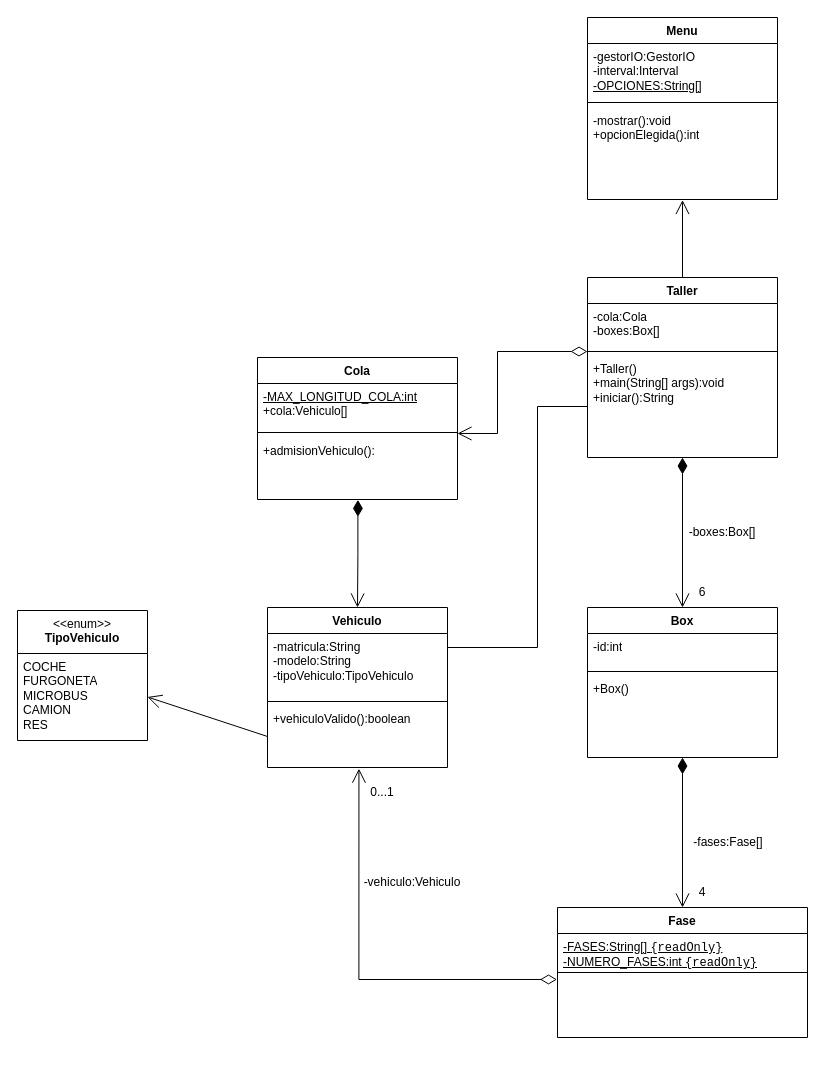
Before: programacion/UD7 - Introducción a la Programación Orientada a Objetos/U7Activitat3ARS/U7Activitat3ARS.drawio in albertorekena/daw-repo, a draw.io diagram. Source tidied: cells renumbered, new cells numbered last; positions are measured from the earlier drawing's top-left corner, leaving out a move shared by most shapes. Both pictures are drawn from the tidied source at 100%, with x=0, y=0 at pixel (17, 17).
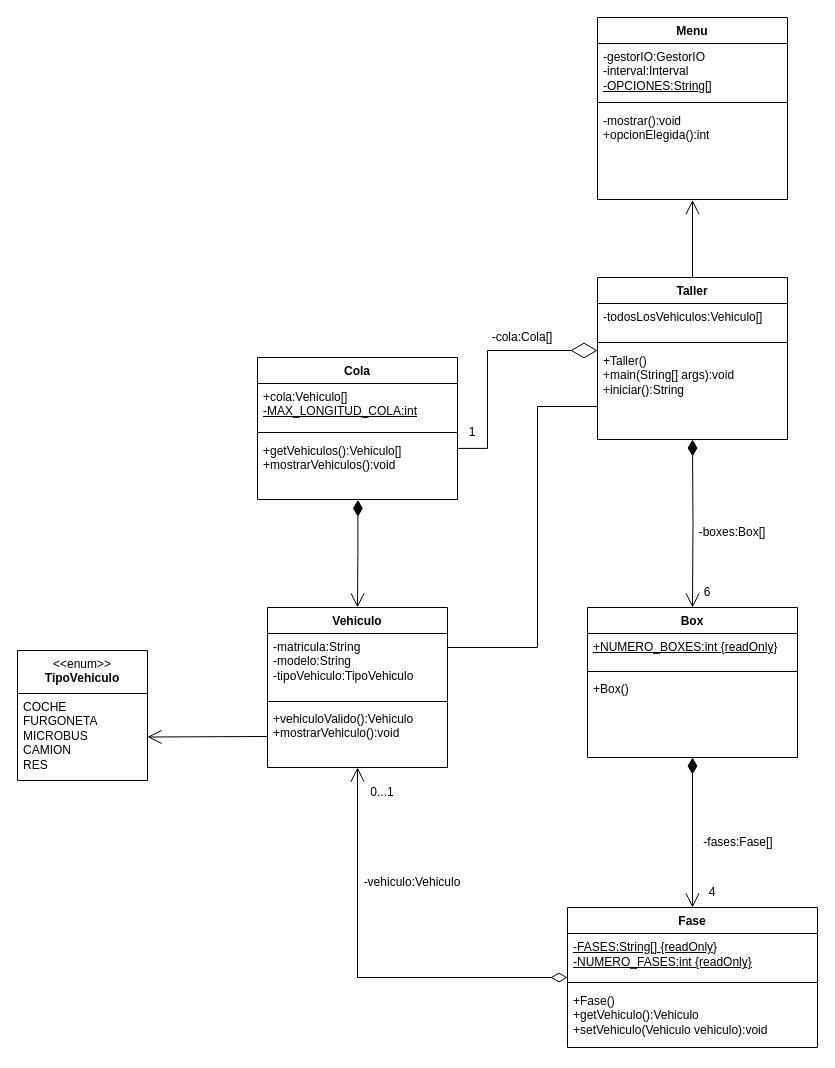
The same page after the edit.

Unchanged cells that the change refers to:
```xml
<mxCell id="13" value="Cola" style="swimlane;fontStyle=1;align=center;verticalAlign=top;horizontal=1;startSize=26;whiteSpace=wrap;html=1;" parent="1" vertex="1">
  <mxGeometry x="240" y="340" width="200" height="142" as="geometry" />
</mxCell>
<mxCell id="22" value="Vehiculo" style="swimlane;fontStyle=1;align=center;verticalAlign=top;horizontal=1;startSize=26;whiteSpace=wrap;html=1;" parent="1" vertex="1">
  <mxGeometry x="250" y="590" width="180" height="160" as="geometry" />
</mxCell>
<mxCell id="23" value="-matricula:String&lt;br&gt;-modelo:String&lt;br&gt;-tipoVehiculo:TipoVehiculo" style="text;strokeColor=none;fillColor=none;align=left;verticalAlign=top;spacingLeft=4;spacingRight=4;overflow=hidden;points=[[0,0.5],[1,0.5]];portConstraint=eastwest;whiteSpace=wrap;html=1;" parent="22" vertex="1">
  <mxGeometry y="26" width="180" height="64" as="geometry" />
</mxCell>
```

Diff of the diagram source:
```diff
@@
-    <mxCell id="2" value="Taller" style="swimlane;fontStyle=1;align=center;verticalAlign=top;horizontal=1;startSize=26;whiteSpace=wrap;html=1;" parent="1" vertex="1">
-      <mxGeometry x="570" y="260" width="190" height="180" as="geometry" />
-    </mxCell>
-    <mxCell id="3" value="-cola:Cola&lt;br style=&quot;border-color: var(--border-color);&quot;&gt;-boxes:Box[]" style="text;strokeColor=none;fillColor=none;align=left;verticalAlign=top;spacingLeft=4;spacingRight=4;overflow=hidden;whiteSpace=wrap;html=1;" parent="2" vertex="1">
-      <mxGeometry y="26" width="190" height="44" as="geometry" />
-    </mxCell>
-    <mxCell id="4" style="line;strokeWidth=1;fillColor=none;align=left;verticalAlign=middle;spacingTop=-1;spacingLeft=3;spacingRight=3;labelPosition=right;points=[];portConstraint=eastwest;strokeColor=inherit;" parent="2" vertex="1">
-      <mxGeometry y="70" width="190" height="8" as="geometry" />
-    </mxCell>
-    <mxCell id="5" value="+Taller()&lt;br&gt;+main(String[] args):void&lt;br&gt;+iniciar():String" style="text;strokeColor=none;fillColor=none;align=left;verticalAlign=top;spacingLeft=4;spacingRight=4;overflow=hidden;points=[[0,0.5],[1,0.5]];portConstraint=eastwest;whiteSpace=wrap;html=1;" parent="2" vertex="1">
-      <mxGeometry y="78" width="190" height="102" as="geometry" />
-    </mxCell>
     <mxCell id="6" value="&lt;span style=&quot;font-weight: normal;&quot;&gt;&amp;lt;&amp;lt;enum&amp;gt;&amp;gt;&lt;br&gt;&lt;/span&gt;TipoVehiculo" style="swimlane;fontStyle=1;align=center;verticalAlign=top;horizontal=1;startSize=43;whiteSpace=wrap;html=1;" parent="1" vertex="1">
-      <mxGeometry y="593" width="130" height="130" as="geometry" />
+      <mxGeometry y="633" width="130" height="130" as="geometry" />
     </mxCell>
@@
     <mxCell id="8" value="Fase" style="swimlane;fontStyle=1;align=center;verticalAlign=top;horizontal=1;startSize=26;whiteSpace=wrap;html=1;" parent="1" vertex="1">
-      <mxGeometry x="540" y="890" width="250" height="130" as="geometry" />
+      <mxGeometry x="550" y="890" width="250" height="140" as="geometry" />
     </mxCell>
-    <mxCell id="9" value="&lt;span style=&quot;border-color: var(--border-color);&quot;&gt;&lt;u&gt;-FASES:String[]&lt;/u&gt;&lt;/span&gt;&lt;u style=&quot;border-color: var(--border-color);&quot;&gt;&amp;nbsp;&lt;code style=&quot;border-color: var(--border-color);&quot;&gt;{readOnly}&lt;br&gt;&lt;font face=&quot;Helvetica&quot;&gt;-NUMERO_FASES:int&lt;u style=&quot;border-color: var(--border-color);&quot;&gt;&amp;nbsp;&lt;code style=&quot;border-color: var(--border-color);&quot;&gt;{readOnly}&lt;/code&gt;&lt;/u&gt;&lt;/font&gt;&lt;br&gt;&lt;/code&gt;&lt;/u&gt;" style="text;strokeColor=none;fillColor=none;align=left;verticalAlign=top;spacingLeft=4;spacingRight=4;overflow=hidden;whiteSpace=wrap;html=1;" parent="8" vertex="1">
-      <mxGeometry y="26" width="250" height="34" as="geometry" />
+    <mxCell id="9" value="&lt;span style=&quot;border-color: var(--border-color);&quot;&gt;&lt;u style=&quot;&quot;&gt;&lt;font face=&quot;Helvetica&quot;&gt;-FASES:String[]&lt;/font&gt;&lt;/u&gt;&lt;/span&gt;&lt;u style=&quot;border-color: var(--border-color);&quot;&gt;&lt;code style=&quot;border-color: var(--border-color);&quot;&gt;&lt;font face=&quot;bYV2tNlRSzrgiPoBlCbC&quot;&gt;&amp;nbsp;&lt;/font&gt;&lt;font face=&quot;Helvetica&quot;&gt;{readOnly}&lt;/font&gt;&lt;br&gt;&lt;font face=&quot;Helvetica&quot;&gt;-NUMERO_FASES:int&lt;/font&gt;&lt;u style=&quot;border-color: var(--border-color);&quot;&gt;&lt;font face=&quot;Helvetica&quot;&gt;&amp;nbsp;&lt;/font&gt;&lt;code style=&quot;border-color: var(--border-color);&quot;&gt;&lt;font face=&quot;Helvetica&quot;&gt;{readOnly}&lt;/font&gt;&lt;/code&gt;&lt;/u&gt;&lt;br&gt;&lt;/code&gt;&lt;/u&gt;" style="text;strokeColor=none;fillColor=none;align=left;verticalAlign=top;spacingLeft=4;spacingRight=4;overflow=hidden;whiteSpace=wrap;html=1;" parent="8" vertex="1">
+      <mxGeometry y="26" width="250" height="44" as="geometry" />
     </mxCell>
     <mxCell id="10" style="line;strokeWidth=1;fillColor=none;align=left;verticalAlign=middle;spacingTop=-1;spacingLeft=3;spacingRight=3;labelPosition=right;strokeColor=inherit;" parent="8" vertex="1">
-      <mxGeometry y="60" width="250" height="10" as="geometry" />
+      <mxGeometry y="70" width="250" height="10" as="geometry" />
     </mxCell>
-    <mxCell id="11" value="&amp;nbsp;" style="text;strokeColor=none;fillColor=none;align=left;verticalAlign=top;spacingLeft=4;spacingRight=4;overflow=hidden;points=[[0,0.5],[1,0.5]];portConstraint=eastwest;whiteSpace=wrap;html=1;" parent="8" vertex="1">
-      <mxGeometry y="70" width="250" height="60" as="geometry" />
+    <mxCell id="11" value="+Fase()&lt;br&gt;+getVehiculo():Vehiculo&lt;br&gt;+setVehiculo(Vehiculo vehiculo):void" style="text;strokeColor=none;fillColor=none;align=left;verticalAlign=top;spacingLeft=4;spacingRight=4;overflow=hidden;points=[[0,0.5],[1,0.5]];portConstraint=eastwest;whiteSpace=wrap;html=1;" parent="8" vertex="1">
+      <mxGeometry y="80" width="250" height="60" as="geometry" />
     </mxCell>
@@
-    <mxCell id="14" value="&lt;u&gt;-MAX_LONGITUD_COLA:int&lt;/u&gt;&lt;br&gt;+cola:Vehiculo[]" style="text;strokeColor=none;fillColor=none;align=left;verticalAlign=top;spacingLeft=4;spacingRight=4;overflow=hidden;whiteSpace=wrap;html=1;" parent="13" vertex="1">
+    <mxCell id="14" value="+cola:Vehiculo[]&lt;u&gt;&lt;br&gt;-MAX_LONGITUD_COLA:int&lt;/u&gt;" style="text;strokeColor=none;fillColor=none;align=left;verticalAlign=top;spacingLeft=4;spacingRight=4;overflow=hidden;whiteSpace=wrap;html=1;" parent="13" vertex="1">
       <mxGeometry y="26" width="200" height="44" as="geometry" />
     </mxCell>
@@
-    <mxCell id="16" value="+admisionVehiculo():" style="text;strokeColor=none;fillColor=none;align=left;verticalAlign=top;spacingLeft=4;spacingRight=4;overflow=hidden;points=[[0,0.5],[1,0.5]];portConstraint=eastwest;whiteSpace=wrap;html=1;" parent="13" vertex="1">
+    <mxCell id="16" value="+getVehiculos():Vehiculo[]&lt;br&gt;+mostrarVehiculos():void" style="text;strokeColor=none;fillColor=none;align=left;verticalAlign=top;spacingLeft=4;spacingRight=4;overflow=hidden;points=[[0,0.5],[1,0.5]];portConstraint=eastwest;whiteSpace=wrap;html=1;" parent="13" vertex="1">
       <mxGeometry y="80" width="200" height="62" as="geometry" />
     </mxCell>
-    <mxCell id="17" style="endArrow=open;html=1;endSize=12;startArrow=diamondThin;startSize=14;startFill=0;edgeStyle=orthogonalEdgeStyle;align=left;verticalAlign=bottom;rounded=0;exitX=0;exitY=0.5;exitDx=0;exitDy=0;exitPerimeter=0;entryX=1;entryY=-0.065;entryDx=0;entryDy=0;entryPerimeter=0;" parent="1" edge="1" source="4" target="16">
-      <mxGeometry x="-1" y="3" relative="1" as="geometry">
-        <Array as="points">
-          <mxPoint x="480" y="334" />
-          <mxPoint x="480" y="416" />
-        </Array>
-      </mxGeometry>
-    </mxCell>
     <mxCell id="18" value="Box" style="swimlane;fontStyle=1;align=center;verticalAlign=top;horizontal=1;startSize=26;whiteSpace=wrap;html=1;" parent="1" vertex="1">
-      <mxGeometry x="570" y="590" width="190" height="150" as="geometry" />
+      <mxGeometry x="570" y="590" width="210" height="150" as="geometry" />
     </mxCell>
-    <mxCell id="19" value="-id:int&lt;br&gt;" style="text;strokeColor=none;fillColor=none;align=left;verticalAlign=top;spacingLeft=4;spacingRight=4;overflow=hidden;whiteSpace=wrap;html=1;" parent="18" vertex="1">
-      <mxGeometry y="26" width="190" height="34" as="geometry" />
+    <mxCell id="19" value="&lt;u&gt;+NUMERO_BOXES:int {readOnly}&lt;/u&gt;" style="text;strokeColor=none;fillColor=none;align=left;verticalAlign=top;spacingLeft=4;spacingRight=4;overflow=hidden;whiteSpace=wrap;html=1;" parent="18" vertex="1">
+      <mxGeometry y="26" width="210" height="34" as="geometry" />
     </mxCell>
     <mxCell id="20" style="line;strokeWidth=1;fillColor=none;align=left;verticalAlign=middle;spacingTop=-1;spacingLeft=3;spacingRight=3;labelPosition=right;strokeColor=inherit;" parent="18" vertex="1">
-      <mxGeometry y="60" width="190" height="8" as="geometry" />
+      <mxGeometry y="60" width="210" height="8" as="geometry" />
     </mxCell>
     <mxCell id="21" value="+Box()" style="text;strokeColor=none;fillColor=none;align=left;verticalAlign=top;spacingLeft=4;spacingRight=4;overflow=hidden;points=[[0,0.5],[1,0.5]];portConstraint=eastwest;whiteSpace=wrap;html=1;" parent="18" vertex="1">
-      <mxGeometry y="68" width="190" height="82" as="geometry" />
+      <mxGeometry y="68" width="210" height="82" as="geometry" />
     </mxCell>
@@
-    <mxCell id="25" value="+vehiculoValido():boolean" style="text;strokeColor=none;fillColor=none;align=left;verticalAlign=top;spacingLeft=4;spacingRight=4;overflow=hidden;points=[[0,0.5],[1,0.5]];portConstraint=eastwest;whiteSpace=wrap;html=1;" parent="22" vertex="1">
+    <mxCell id="25" value="+vehiculoValido():Vehiculo&lt;br&gt;+mostrarVehiculo():void" style="text;strokeColor=none;fillColor=none;align=left;verticalAlign=top;spacingLeft=4;spacingRight=4;overflow=hidden;points=[[0,0.5],[1,0.5]];portConstraint=eastwest;whiteSpace=wrap;html=1;" parent="22" vertex="1">
       <mxGeometry y="98" width="180" height="62" as="geometry" />
     </mxCell>
@@
-    <mxCell id="27" style="endArrow=open;html=1;endSize=12;startArrow=diamondThin;startSize=14;startFill=1;edgeStyle=orthogonalEdgeStyle;align=left;verticalAlign=bottom;rounded=0;entryX=0.5;entryY=0;entryDx=0;entryDy=0;exitX=0.5;exitY=1;exitDx=0;exitDy=0;exitPerimeter=0;" parent="1" edge="1" source="5" target="18">
-      <mxGeometry x="-1" y="3" relative="1" as="geometry" />
+    <mxCell id="27" style="endArrow=open;html=1;endSize=12;startArrow=diamondThin;startSize=14;startFill=1;edgeStyle=orthogonalEdgeStyle;align=left;verticalAlign=bottom;rounded=0;entryX=0.5;entryY=0;entryDx=0;entryDy=0;exitX=0.5;exitY=1;exitDx=0;exitDy=0;exitPerimeter=0;" parent="1" edge="1" target="18">
+      <mxGeometry x="-1" y="3" relative="1" as="geometry">
+        <mxPoint x="675" y="422" as="sourcePoint" />
+      </mxGeometry>
     </mxCell>
@@
-    <mxCell id="29" style="endArrow=open;html=1;endSize=12;startArrow=diamondThin;startSize=14;startFill=0;edgeStyle=orthogonalEdgeStyle;align=left;verticalAlign=bottom;rounded=0;exitX=-0.002;exitY=0.033;exitDx=0;exitDy=0;exitPerimeter=0;entryX=0.508;entryY=1.019;entryDx=0;entryDy=0;entryPerimeter=0;" parent="1" edge="1" source="11" target="25">
+    <mxCell id="29" style="endArrow=open;html=1;endSize=12;startArrow=diamondThin;startSize=14;startFill=0;edgeStyle=orthogonalEdgeStyle;align=left;verticalAlign=bottom;rounded=0;entryX=0.508;entryY=1.019;entryDx=0;entryDy=0;entryPerimeter=0;" parent="1" edge="1">
       <mxGeometry x="-1" y="3" relative="1" as="geometry">
+        <mxPoint x="550" y="960" as="sourcePoint" />
+        <mxPoint x="340" y="750" as="targetPoint" />
         <Array as="points">
-          <mxPoint x="341" y="962" />
+          <mxPoint x="339.6" y="960.8" />
         </Array>
       </mxGeometry>
     </mxCell>
     <mxCell id="30" value="-boxes:Box[]" style="text;html=1;strokeColor=none;fillColor=none;align=center;verticalAlign=middle;whiteSpace=wrap;rounded=0;" parent="1" vertex="1">
-      <mxGeometry x="670" y="500" width="70" height="30" as="geometry" />
+      <mxGeometry x="680" y="500" width="70" height="30" as="geometry" />
     </mxCell>
     <mxCell id="31" value="6" style="text;html=1;strokeColor=none;fillColor=none;align=center;verticalAlign=middle;whiteSpace=wrap;rounded=0;" parent="1" vertex="1">
-      <mxGeometry x="650" y="560" width="70" height="30" as="geometry" />
+      <mxGeometry x="680" y="560" width="20" height="30" as="geometry" />
     </mxCell>
@@
     <mxCell id="34" value="-fases:Fase[]" style="text;html=1;strokeColor=none;fillColor=none;align=center;verticalAlign=middle;whiteSpace=wrap;rounded=0;" parent="1" vertex="1">
-      <mxGeometry x="668" y="810" width="86" height="30" as="geometry" />
+      <mxGeometry x="678" y="810" width="86" height="30" as="geometry" />
     </mxCell>
     <mxCell id="35" value="4" style="text;html=1;strokeColor=none;fillColor=none;align=center;verticalAlign=middle;whiteSpace=wrap;rounded=0;" parent="1" vertex="1">
-      <mxGeometry x="650" y="860" width="70" height="30" as="geometry" />
+      <mxGeometry x="660" y="860" width="70" height="30" as="geometry" />
     </mxCell>
     <mxCell id="36" value="Menu" style="swimlane;fontStyle=1;align=center;verticalAlign=top;horizontal=1;startSize=26;whiteSpace=wrap;html=1;" parent="1" vertex="1">
-      <mxGeometry x="570" width="190" height="182" as="geometry" />
+      <mxGeometry x="580" width="190" height="182" as="geometry" />
     </mxCell>
@@
-    <mxCell id="41" style="edgeStyle=orthogonalEdgeStyle;rounded=0;jettySize=auto;html=1;exitX=0;exitY=0.5;exitDx=0;exitDy=0;entryX=1;entryY=0.5;entryDx=0;entryDy=0;endArrow=none;endFill=0;" parent="1" edge="1" source="5" target="23">
+    <mxCell id="41" style="edgeStyle=orthogonalEdgeStyle;rounded=0;jettySize=auto;html=1;exitX=0;exitY=0.5;exitDx=0;exitDy=0;entryX=1;entryY=0.5;entryDx=0;entryDy=0;endArrow=none;endFill=0;" parent="1" edge="1" target="23">
       <mxGeometry relative="1" as="geometry">
+        <mxPoint x="580" y="371" as="sourcePoint" />
         <Array as="points">
           <mxPoint x="520" y="389" />
           <mxPoint x="520" y="630" />
           <mxPoint x="430" y="630" />
         </Array>
       </mxGeometry>
     </mxCell>
+    <mxCell id="42" value="-cola:Cola[]" style="text;html=1;strokeColor=none;fillColor=none;align=center;verticalAlign=middle;whiteSpace=wrap;rounded=0;" parent="1" vertex="1">
+      <mxGeometry x="470" y="305" width="70" height="30" as="geometry" />
+    </mxCell>
+    <mxCell id="43" value="1" style="text;html=1;strokeColor=none;fillColor=none;align=center;verticalAlign=middle;whiteSpace=wrap;rounded=0;" parent="1" vertex="1">
+      <mxGeometry x="445" y="400" width="20" height="30" as="geometry" />
+    </mxCell>
+    <mxCell id="2" value="Taller" style="swimlane;fontStyle=1;align=center;verticalAlign=top;horizontal=1;startSize=26;whiteSpace=wrap;html=1;" parent="1" vertex="1">
+      <mxGeometry x="580" y="260" width="190" height="162" as="geometry" />
+    </mxCell>
+    <mxCell id="44" value="-todosLosVehiculos:Vehiculo[]" style="text;strokeColor=none;fillColor=none;align=left;verticalAlign=top;spacingLeft=4;spacingRight=4;overflow=hidden;whiteSpace=wrap;html=1;" parent="2" vertex="1">
+      <mxGeometry y="26" width="190" height="34" as="geometry" />
+    </mxCell>
+    <mxCell id="45" style="line;strokeWidth=1;fillColor=none;align=left;verticalAlign=middle;spacingTop=-1;spacingLeft=3;spacingRight=3;labelPosition=right;strokeColor=inherit;" parent="2" vertex="1">
+      <mxGeometry y="60" width="190" height="10" as="geometry" />
+    </mxCell>
+    <mxCell id="5" value="+Taller()&lt;br style=&quot;border-color: var(--border-color);&quot;&gt;+main(String[] args):void&lt;br style=&quot;border-color: var(--border-color);&quot;&gt;+iniciar():String" style="text;strokeColor=none;fillColor=none;align=left;verticalAlign=top;spacingLeft=4;spacingRight=4;overflow=hidden;points=[[0,0.5],[1,0.5]];portConstraint=eastwest;whiteSpace=wrap;html=1;" parent="2" vertex="1">
+      <mxGeometry y="70" width="190" height="92" as="geometry" />
+    </mxCell>
+    <mxCell id="46" style="endArrow=diamondThin;endFill=0;endSize=24;html=1;rounded=0;edgeStyle=orthogonalEdgeStyle;exitX=1.003;exitY=0.176;exitDx=0;exitDy=0;exitPerimeter=0;" parent="1" edge="1" source="16" target="5">
+      <mxGeometry relative="1" as="geometry">
+        <Array as="points">
+          <mxPoint x="470" y="431" />
+          <mxPoint x="470" y="333" />
+        </Array>
+      </mxGeometry>
+    </mxCell>
```
